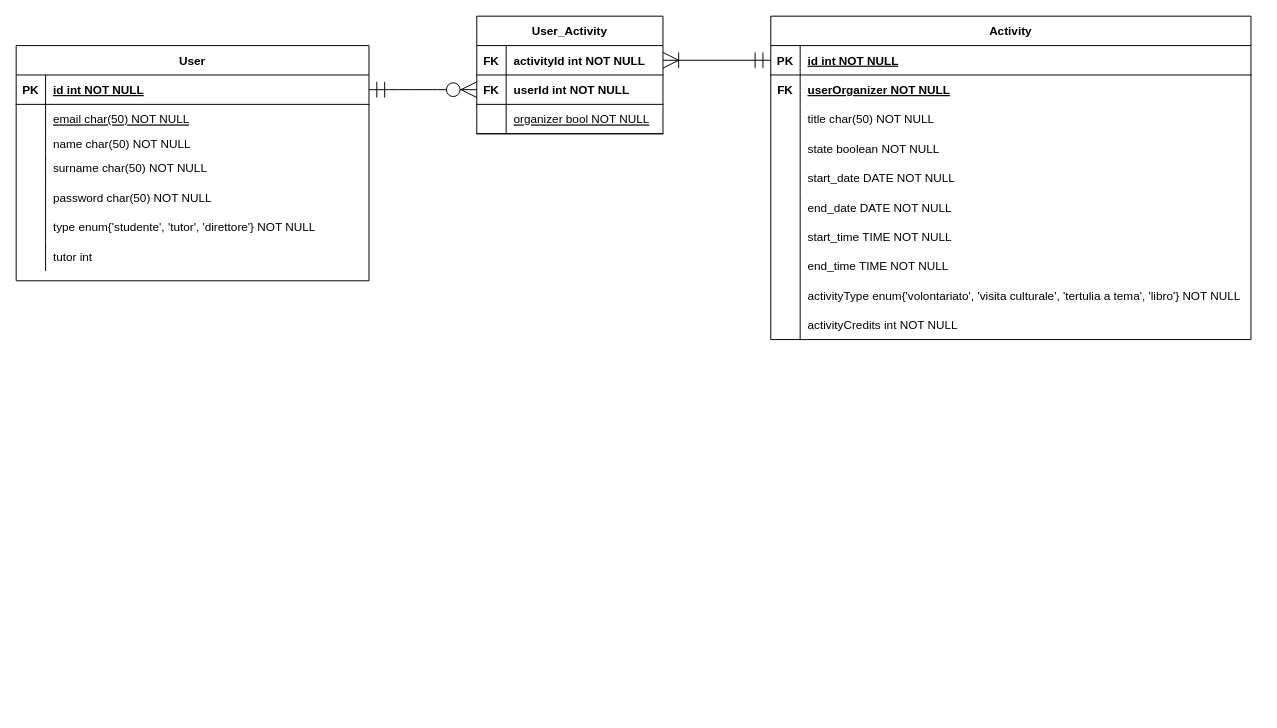
The draw.io diagram ER_DB_Diagram.drawio in Vincenzo-Maria-Caladra/Prova-Finale-Ingegneria-del-Software, before the edit. Source tidied: cells renumbered, new cells numbered last; positions are measured from the earlier drawing's top-left corner, leaving out a move shared by most shapes. Both pictures are drawn from the tidied source at 98%, with x=0, y=0 at pixel (16, 16).
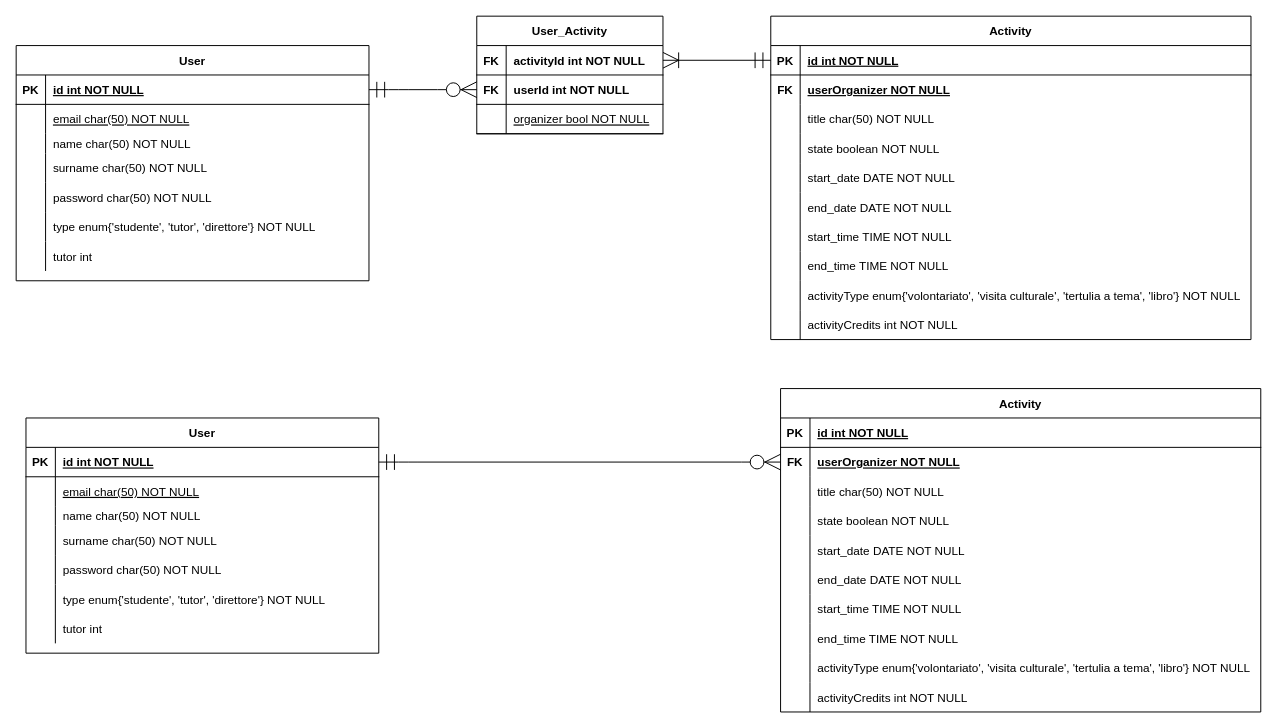
After the change.

Commit message (it also covers changes not shown here):
Minor Changes to Activity Cotroller and Service Class and Added User Controller and Service Class

The edit, as a diff of the source:
```diff
@@
+    <mxCell id="67" value="Activity" style="shape=table;startSize=30;childLayout=tableLayout;rowLines=0;fontStyle=1;align=center;hachureGap=4;" parent="1" vertex="1">
+      <mxGeometry x="780" y="380" width="490" height="330" as="geometry" />
+    </mxCell>
+    <mxCell id="68" style="shape=partialRectangle;fillColor=none;top=0;left=0;bottom=1;right=0;fontStyle=0;" parent="67" vertex="1">
+      <mxGeometry y="30" width="490" height="30" as="geometry" />
+    </mxCell>
+    <mxCell id="69" value="PK" style="shape=partialRectangle;fillColor=none;top=0;left=0;bottom=0;right=0;fontStyle=1;overflow=hidden;" parent="68" vertex="1">
+      <mxGeometry width="30" height="30" as="geometry" />
+    </mxCell>
+    <mxCell id="70" value="id int NOT NULL" style="shape=partialRectangle;fillColor=none;top=0;left=0;bottom=0;right=0;align=left;spacingLeft=6;fontStyle=5;overflow=hidden;" parent="68" vertex="1">
+      <mxGeometry x="30" width="460" height="30" as="geometry" />
+    </mxCell>
+    <mxCell id="71" style="shape=partialRectangle;fillColor=none;top=0;left=0;bottom=0;right=0;points=[[0,0.5],[1,0.5]];portConstraint=eastwest;fontStyle=0;" parent="67" vertex="1">
+      <mxGeometry y="60" width="490" height="30" as="geometry" />
+    </mxCell>
+    <mxCell id="72" value="FK" style="shape=partialRectangle;fillColor=none;top=0;left=0;bottom=0;right=0;overflow=hidden;fontStyle=1;" parent="71" vertex="1">
+      <mxGeometry width="30" height="30" as="geometry" />
+    </mxCell>
+    <mxCell id="73" value="userOrganizer NOT NULL" style="shape=partialRectangle;fillColor=none;top=0;left=0;bottom=0;right=0;align=left;spacingLeft=6;overflow=hidden;fontStyle=5;" parent="71" vertex="1">
+      <mxGeometry x="30" width="460" height="30" as="geometry" />
+    </mxCell>
+    <mxCell id="74" style="shape=partialRectangle;fillColor=none;top=0;left=0;bottom=0;right=0;fontStyle=0;" parent="67" vertex="1">
+      <mxGeometry y="90" width="490" height="30" as="geometry" />
+    </mxCell>
+    <mxCell id="75" style="shape=partialRectangle;fillColor=none;top=0;left=0;bottom=0;right=0;overflow=hidden;fontStyle=0;" parent="74" vertex="1">
+      <mxGeometry width="30" height="30" as="geometry" />
+    </mxCell>
+    <mxCell id="76" value="title char(50) NOT NULL" style="shape=partialRectangle;fillColor=none;top=0;left=0;bottom=0;right=0;align=left;spacingLeft=6;overflow=hidden;fontStyle=0;" parent="74" vertex="1">
+      <mxGeometry x="30" width="460" height="30" as="geometry" />
+    </mxCell>
+    <mxCell id="77" style="shape=partialRectangle;fillColor=none;top=0;left=0;bottom=0;right=0;fontStyle=0;" parent="67" vertex="1">
+      <mxGeometry y="120" width="490" height="30" as="geometry" />
+    </mxCell>
+    <mxCell id="78" style="shape=partialRectangle;fillColor=none;top=0;left=0;bottom=0;right=0;overflow=hidden;fontStyle=0;" parent="77" vertex="1">
+      <mxGeometry width="30" height="30" as="geometry" />
+    </mxCell>
+    <mxCell id="79" value="state boolean NOT NULL" style="shape=partialRectangle;fillColor=none;top=0;left=0;bottom=0;right=0;align=left;spacingLeft=6;overflow=hidden;fontStyle=0;" parent="77" vertex="1">
+      <mxGeometry x="30" width="460" height="30" as="geometry" />
+    </mxCell>
+    <mxCell id="80" style="shape=partialRectangle;fillColor=none;top=0;left=0;bottom=0;right=0;fontStyle=0;" parent="67" vertex="1">
+      <mxGeometry y="150" width="490" height="30" as="geometry" />
+    </mxCell>
+    <mxCell id="81" style="shape=partialRectangle;fillColor=none;top=0;left=0;bottom=0;right=0;overflow=hidden;fontStyle=0;" parent="80" vertex="1">
+      <mxGeometry width="30" height="30" as="geometry" />
+    </mxCell>
+    <mxCell id="82" value="start_date DATE NOT NULL" style="shape=partialRectangle;fillColor=none;top=0;left=0;bottom=0;right=0;align=left;spacingLeft=6;overflow=hidden;fontStyle=0;" parent="80" vertex="1">
+      <mxGeometry x="30" width="460" height="30" as="geometry" />
+    </mxCell>
+    <mxCell id="83" style="shape=partialRectangle;fillColor=none;top=0;left=0;bottom=0;right=0;fontStyle=0;" parent="67" vertex="1">
+      <mxGeometry y="180" width="490" height="30" as="geometry" />
+    </mxCell>
+    <mxCell id="84" style="shape=partialRectangle;fillColor=none;top=0;left=0;bottom=0;right=0;overflow=hidden;fontStyle=0;" parent="83" vertex="1">
+      <mxGeometry width="30" height="30" as="geometry" />
+    </mxCell>
+    <mxCell id="85" value="end_date DATE NOT NULL" style="shape=partialRectangle;fillColor=none;top=0;left=0;bottom=0;right=0;align=left;spacingLeft=6;overflow=hidden;fontStyle=0;" parent="83" vertex="1">
+      <mxGeometry x="30" width="460" height="30" as="geometry" />
+    </mxCell>
+    <mxCell id="86" style="shape=partialRectangle;fillColor=none;top=0;left=0;bottom=0;right=0;fontStyle=0;" parent="67" vertex="1">
+      <mxGeometry y="210" width="490" height="30" as="geometry" />
+    </mxCell>
+    <mxCell id="87" style="shape=partialRectangle;fillColor=none;top=0;left=0;bottom=0;right=0;overflow=hidden;fontStyle=0;" parent="86" vertex="1">
+      <mxGeometry width="30" height="30" as="geometry" />
+    </mxCell>
+    <mxCell id="88" value="start_time TIME NOT NULL" style="shape=partialRectangle;fillColor=none;top=0;left=0;bottom=0;right=0;align=left;spacingLeft=6;overflow=hidden;fontStyle=0;" parent="86" vertex="1">
+      <mxGeometry x="30" width="460" height="30" as="geometry" />
+    </mxCell>
+    <mxCell id="89" style="shape=partialRectangle;fillColor=none;top=0;left=0;bottom=0;right=0;fontStyle=0;" parent="67" vertex="1">
+      <mxGeometry y="240" width="490" height="30" as="geometry" />
+    </mxCell>
+    <mxCell id="90" style="shape=partialRectangle;fillColor=none;top=0;left=0;bottom=0;right=0;overflow=hidden;fontStyle=0;" parent="89" vertex="1">
+      <mxGeometry width="30" height="30" as="geometry" />
+    </mxCell>
+    <mxCell id="91" value="end_time TIME NOT NULL" style="shape=partialRectangle;fillColor=none;top=0;left=0;bottom=0;right=0;align=left;spacingLeft=6;overflow=hidden;fontStyle=0;" parent="89" vertex="1">
+      <mxGeometry x="30" width="460" height="30" as="geometry" />
+    </mxCell>
+    <mxCell id="92" style="shape=partialRectangle;fillColor=none;top=0;left=0;bottom=0;right=0;fontStyle=0;" parent="67" vertex="1">
+      <mxGeometry y="270" width="490" height="30" as="geometry" />
+    </mxCell>
+    <mxCell id="93" style="shape=partialRectangle;fillColor=none;top=0;left=0;bottom=0;right=0;overflow=hidden;fontStyle=0;" parent="92" vertex="1">
+      <mxGeometry width="30" height="30" as="geometry" />
+    </mxCell>
+    <mxCell id="94" value="activityType enum{'volontariato', 'visita culturale', 'tertulia a tema', 'libro'} NOT NULL" style="shape=partialRectangle;fillColor=none;top=0;left=0;bottom=0;right=0;align=left;spacingLeft=6;overflow=hidden;fontStyle=0;" parent="92" vertex="1">
+      <mxGeometry x="30" width="460" height="30" as="geometry" />
+    </mxCell>
+    <mxCell id="95" style="shape=partialRectangle;fillColor=none;top=0;left=0;bottom=0;right=0;fontStyle=0;" parent="67" vertex="1">
+      <mxGeometry y="300" width="490" height="30" as="geometry" />
+    </mxCell>
+    <mxCell id="96" style="shape=partialRectangle;fillColor=none;top=0;left=0;bottom=0;right=0;overflow=hidden;fontStyle=0;" parent="95" vertex="1">
+      <mxGeometry width="30" height="30" as="geometry" />
+    </mxCell>
+    <mxCell id="97" value="activityCredits int NOT NULL" style="shape=partialRectangle;fillColor=none;top=0;left=0;bottom=0;right=0;align=left;spacingLeft=6;overflow=hidden;fontStyle=0;" parent="95" vertex="1">
+      <mxGeometry x="30" width="460" height="30" as="geometry" />
+    </mxCell>
+    <mxCell id="98" value="User" style="shape=table;startSize=30;childLayout=tableLayout;rowLines=0;fontStyle=1;align=center;" parent="1" vertex="1">
+      <mxGeometry x="10" y="410" width="360" height="240" as="geometry" />
+    </mxCell>
+    <mxCell id="99" style="shape=partialRectangle;fillColor=none;points=[[0,0.5],[1,0.5]];portConstraint=eastwest;top=0;left=0;right=0;bottom=1;" parent="98" vertex="1">
+      <mxGeometry y="30" width="360" height="30" as="geometry" />
+    </mxCell>
+    <mxCell id="100" value="PK" style="shape=partialRectangle;overflow=hidden;fillColor=none;top=0;left=0;bottom=0;right=0;fontStyle=1;" parent="99" vertex="1">
+      <mxGeometry width="30" height="30" as="geometry" />
+    </mxCell>
+    <mxCell id="101" value="id int NOT NULL " style="shape=partialRectangle;overflow=hidden;fillColor=none;top=0;left=0;bottom=0;right=0;align=left;spacingLeft=6;fontStyle=5;" parent="99" vertex="1">
+      <mxGeometry x="30" width="330" height="30" as="geometry" />
+    </mxCell>
+    <mxCell id="102" style="shape=partialRectangle;fillColor=none;top=0;left=0;right=0;bottom=0;" parent="98" vertex="1">
+      <mxGeometry y="60" width="360" height="30" as="geometry" />
+    </mxCell>
+    <mxCell id="103" style="shape=partialRectangle;overflow=hidden;fillColor=none;top=0;left=0;bottom=0;right=0;fontStyle=1;" parent="102" vertex="1">
+      <mxGeometry width="30" height="30" as="geometry" />
+    </mxCell>
+    <mxCell id="104" value="email char(50) NOT NULL" style="shape=partialRectangle;overflow=hidden;fillColor=none;top=0;left=0;bottom=0;right=0;align=left;spacingLeft=6;fontStyle=4;" parent="102" vertex="1">
+      <mxGeometry x="30" width="330" height="30" as="geometry" />
+    </mxCell>
+    <mxCell id="105" style="shape=partialRectangle;fillColor=none;top=0;left=0;right=0;bottom=0;" parent="98" vertex="1">
+      <mxGeometry y="90" width="360" height="20" as="geometry" />
+    </mxCell>
+    <mxCell id="106" style="shape=partialRectangle;overflow=hidden;fillColor=none;top=0;left=0;bottom=0;right=0;" parent="105" vertex="1">
+      <mxGeometry width="30" height="20" as="geometry" />
+    </mxCell>
+    <mxCell id="107" value="name char(50) NOT NULL" style="shape=partialRectangle;overflow=hidden;fillColor=none;top=0;left=0;bottom=0;right=0;align=left;spacingLeft=6;" parent="105" vertex="1">
+      <mxGeometry x="30" width="330" height="20" as="geometry" />
+    </mxCell>
+    <mxCell id="108" style="shape=partialRectangle;fillColor=none;top=0;left=0;right=0;bottom=0;" parent="98" vertex="1">
+      <mxGeometry y="110" width="360" height="30" as="geometry" />
+    </mxCell>
+    <mxCell id="109" style="shape=partialRectangle;overflow=hidden;fillColor=none;top=0;left=0;bottom=0;right=0;" parent="108" vertex="1">
+      <mxGeometry width="30" height="30" as="geometry" />
+    </mxCell>
+    <mxCell id="110" value="surname char(50) NOT NULL" style="shape=partialRectangle;overflow=hidden;fillColor=none;top=0;left=0;bottom=0;right=0;align=left;spacingLeft=6;" parent="108" vertex="1">
+      <mxGeometry x="30" width="330" height="30" as="geometry" />
+    </mxCell>
+    <mxCell id="111" style="shape=partialRectangle;fillColor=none;top=0;left=0;right=0;bottom=0;" parent="98" vertex="1">
+      <mxGeometry y="140" width="360" height="30" as="geometry" />
+    </mxCell>
+    <mxCell id="112" style="shape=partialRectangle;overflow=hidden;fillColor=none;top=0;left=0;bottom=0;right=0;" parent="111" vertex="1">
+      <mxGeometry width="30" height="30" as="geometry" />
+    </mxCell>
+    <mxCell id="113" value="password char(50) NOT NULL" style="shape=partialRectangle;overflow=hidden;fillColor=none;top=0;left=0;bottom=0;right=0;align=left;spacingLeft=6;" parent="111" vertex="1">
+      <mxGeometry x="30" width="330" height="30" as="geometry" />
+    </mxCell>
+    <mxCell id="114" style="shape=partialRectangle;fillColor=none;top=0;left=0;right=0;bottom=0;" parent="98" vertex="1">
+      <mxGeometry y="170" width="360" height="30" as="geometry" />
+    </mxCell>
+    <mxCell id="115" style="shape=partialRectangle;overflow=hidden;fillColor=none;top=0;left=0;bottom=0;right=0;" parent="114" vertex="1">
+      <mxGeometry width="30" height="30" as="geometry" />
+    </mxCell>
+    <mxCell id="116" value="type enum{'studente', 'tutor', 'direttore'} NOT NULL" style="shape=partialRectangle;overflow=hidden;fillColor=none;top=0;left=0;bottom=0;right=0;align=left;spacingLeft=6;" parent="114" vertex="1">
+      <mxGeometry x="30" width="330" height="30" as="geometry" />
+    </mxCell>
+    <mxCell id="117" style="shape=partialRectangle;fillColor=none;top=0;left=0;right=0;bottom=0;" parent="98" vertex="1">
+      <mxGeometry y="200" width="360" height="30" as="geometry" />
+    </mxCell>
+    <mxCell id="118" style="shape=partialRectangle;overflow=hidden;fillColor=none;top=0;left=0;bottom=0;right=0;" parent="117" vertex="1">
+      <mxGeometry width="30" height="30" as="geometry" />
+    </mxCell>
+    <mxCell id="119" value="tutor int" style="shape=partialRectangle;overflow=hidden;fillColor=none;top=0;left=0;bottom=0;right=0;align=left;spacingLeft=6;" parent="117" vertex="1">
+      <mxGeometry x="30" width="330" height="30" as="geometry" />
+    </mxCell>
+    <mxCell id="120" style="edgeStyle=entityRelationEdgeStyle;fontSize=12;html=1;endArrow=ERzeroToMany;startArrow=ERmandOne;startSize=14;endSize=14;sourcePerimeterSpacing=8;targetPerimeterSpacing=8;entryX=0;entryY=0.5;entryDx=0;entryDy=0;exitX=1;exitY=0.5;exitDx=0;exitDy=0;" parent="1" edge="1" source="99" target="71">
+      <mxGeometry relative="1" as="geometry" />
+    </mxCell>
```
